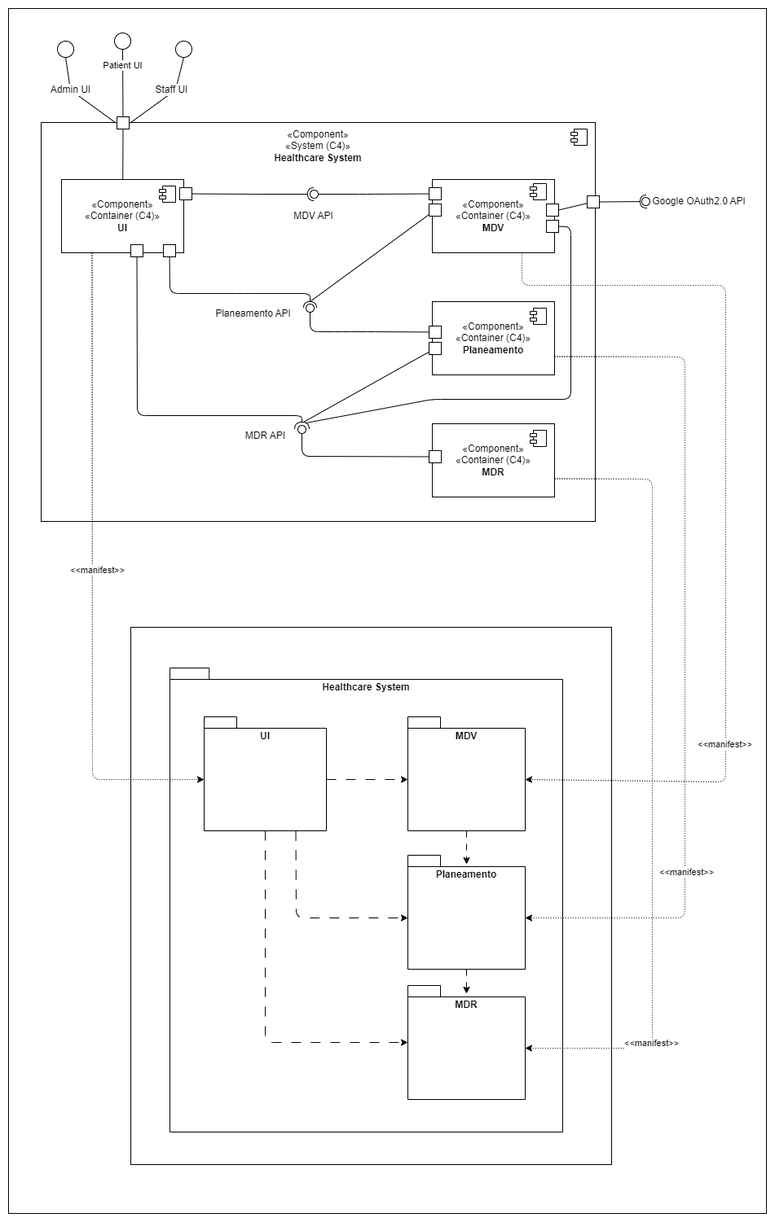
vscosousa/LAPR5_3DC_G15 keeps this draw.io diagram as docs/global-artifacts/03.design/mapping-views/level-2/png/N2-VL-VI.png. Above is the earlier version. Source tidied: cells renumbered, new cells last; positions are measured from the earlier drawing's top-left corner, leaving out a move shared by most shapes.
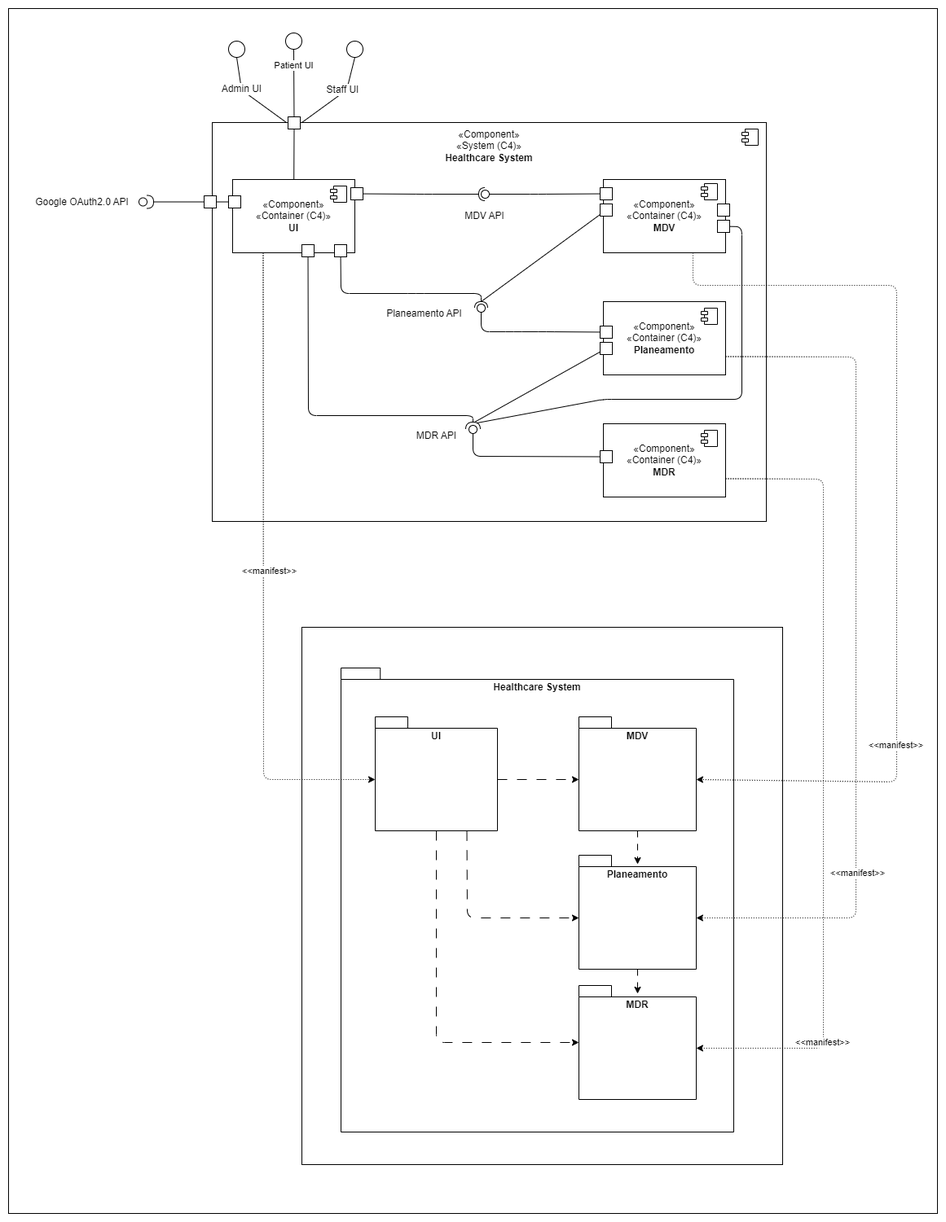
The same file after the commit.

Change to the diagram source:
```diff
@@ -3,7 +3,7 @@
     <mxCell id="0" />
     <mxCell id="1" value="back" parent="0" />
     <mxCell id="2" style="rounded=0;whiteSpace=wrap;html=1;fillColor=default;" parent="1" vertex="1">
-      <mxGeometry width="930" height="1480" as="geometry" />
+      <mxGeometry x="-210" width="1140" height="1480" as="geometry" />
     </mxCell>
     <mxCell id="3" style="rounded=0;whiteSpace=wrap;html=1;" parent="1" vertex="1">
       <mxGeometry x="150" y="760" width="590" height="660" as="geometry" />
@@ -80,12 +80,6 @@
         <mxPoint x="-30" y="8" as="offset" />
       </mxGeometry>
     </mxCell>
-    <mxCell id="24" style="edgeStyle=none;rounded=1;html=1;entryX=1;entryY=0.5;entryDx=0;entryDy=0;endArrow=none;endFill=0;" parent="15" edge="1" source="25" target="31">
-      <mxGeometry relative="1" as="geometry" />
-    </mxCell>
-    <mxCell id="25" style="whiteSpace=wrap;html=1;" parent="15" vertex="1">
-      <mxGeometry x="670" y="90" width="15" height="15" as="geometry" />
-    </mxCell>
     <mxCell id="26" style="group;" parent="15" vertex="1">
       <mxGeometry x="480" y="70" width="160" height="90" as="geometry" />
     </mxCell>
@@ -160,21 +154,10 @@
     <mxCell id="44" value="Patient UI" style="edgeStyle=none;html=1;entryX=0.5;entryY=1;entryDx=0;entryDy=0;endArrow=none;endFill=0;" parent="14" edge="1" source="50" target="42">
       <mxGeometry x="0.52" relative="1" as="geometry" />
     </mxCell>
-    <mxCell id="45" value="Google OAuth2.0 API" style="text;html=1;align=center;verticalAlign=middle;strokeColor=none;fillColor=none;" parent="14" vertex="1">
-      <mxGeometry x="777" y="222" width="140" height="30" as="geometry" />
-    </mxCell>
-    <mxCell id="46" style="ellipse;whiteSpace=wrap;html=1;" parent="14" vertex="1">
-      <mxGeometry x="777" y="232" width="10" height="10" as="geometry" />
-    </mxCell>
     <mxCell id="47" parent="0" />
     <mxCell id="48" style="ellipse;whiteSpace=wrap;html=1;align=center;fillColor=none;strokeColor=none;perimeter=centerPerimeter;" parent="47" vertex="1">
       <mxGeometry x="85" y="250" width="10" height="10" as="geometry" />
     </mxCell>
-    <mxCell id="49" style="edgeStyle=none;jumpSize=6;html=1;strokeWidth=1;endArrow=halfCircle;endFill=0;startSize=6;endSize=6;exitX=1;exitY=0.5;exitDx=0;exitDy=0;" parent="47" edge="1" source="25">
-      <mxGeometry relative="1" as="geometry">
-        <mxPoint x="783" y="237" as="targetPoint" />
-      </mxGeometry>
-    </mxCell>
     <mxCell id="50" style="whiteSpace=wrap;html=1;" parent="47" vertex="1">
       <mxGeometry x="133" y="133" width="15" height="15" as="geometry" />
     </mxCell>
@@ -201,6 +184,9 @@
     <mxCell id="57" style="whiteSpace=wrap;html=1;" parent="52" vertex="1">
       <mxGeometry x="85" y="80" width="15" height="15" as="geometry" />
     </mxCell>
+    <mxCell id="75" style="whiteSpace=wrap;html=1;" parent="52" vertex="1">
+      <mxGeometry x="-5" y="20" width="15" height="15" as="geometry" />
+    </mxCell>
     <mxCell id="58" style="edgeStyle=none;html=1;endArrow=halfCircle;endFill=0;" parent="47" edge="1" source="55">
       <mxGeometry relative="1" as="geometry">
         <mxPoint x="375" y="228" as="targetPoint" />
@@ -318,5 +304,20 @@
     <mxCell id="74" value="&amp;lt;&amp;lt;manifest&amp;gt;&amp;gt;" style="edgeLabel;html=1;align=center;verticalAlign=middle;" parent="73" vertex="1">
       <mxGeometry x="0.67" y="-2" relative="1" as="geometry" />
     </mxCell>
+    <mxCell id="45" value="Google OAuth2.0 API" style="text;html=1;align=center;verticalAlign=middle;strokeColor=none;fillColor=none;" parent="47" vertex="1">
+      <mxGeometry x="-190" y="222.5" width="140" height="30" as="geometry" />
+    </mxCell>
+    <mxCell id="76" style="whiteSpace=wrap;html=1;" parent="47" vertex="1">
+      <mxGeometry x="30" y="230" width="15" height="15" as="geometry" />
+    </mxCell>
+    <mxCell id="77" style="ellipse;whiteSpace=wrap;html=1;" parent="47" vertex="1">
+      <mxGeometry x="-50" y="232.5" width="10" height="10" as="geometry" />
+    </mxCell>
+    <mxCell id="78" style="edgeStyle=none;jumpSize=6;html=1;strokeWidth=1;endArrow=halfCircle;endFill=0;startSize=6;endSize=6;exitX=0;exitY=0.5;exitDx=0;exitDy=0;entryX=1;entryY=0.5;entryDx=0;entryDy=0;" parent="47" edge="1" source="76" target="77">
+      <mxGeometry relative="1" as="geometry" />
+    </mxCell>
+    <mxCell id="79" style="edgeStyle=none;html=1;entryX=1;entryY=0.5;entryDx=0;entryDy=0;endArrow=none;endFill=0;" parent="47" edge="1" source="75" target="76">
+      <mxGeometry relative="1" as="geometry" />
+    </mxCell>
   </root>
 </mxGraphModel>
```
